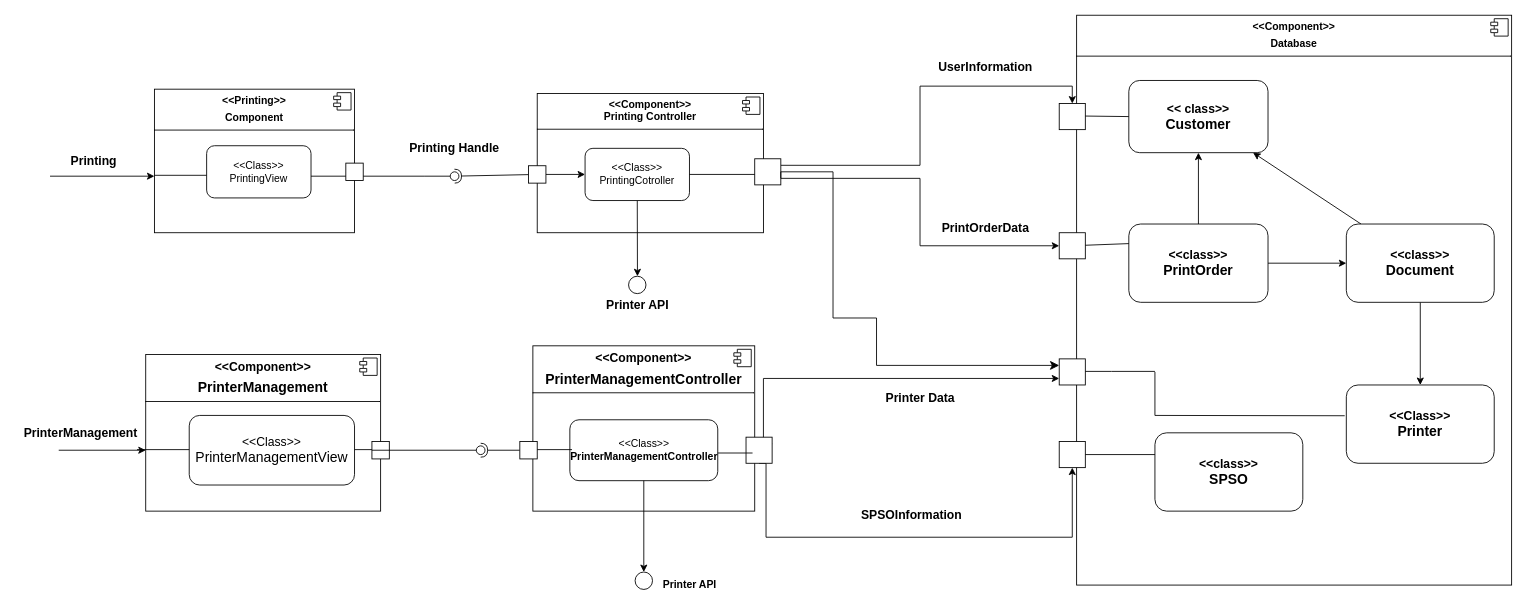
Above: Untitled Diagram.drawio in QuangTrungK22/MCU_LAB3 (draw.io), before the change. Source tidied: cells renumbered, new cells numbered last; positions are measured from the earlier drawing's top-left corner, leaving out a move shared by most shapes. Both pictures are drawn from the tidied source at 87%, with x=0, y=0 at pixel (15, 15).
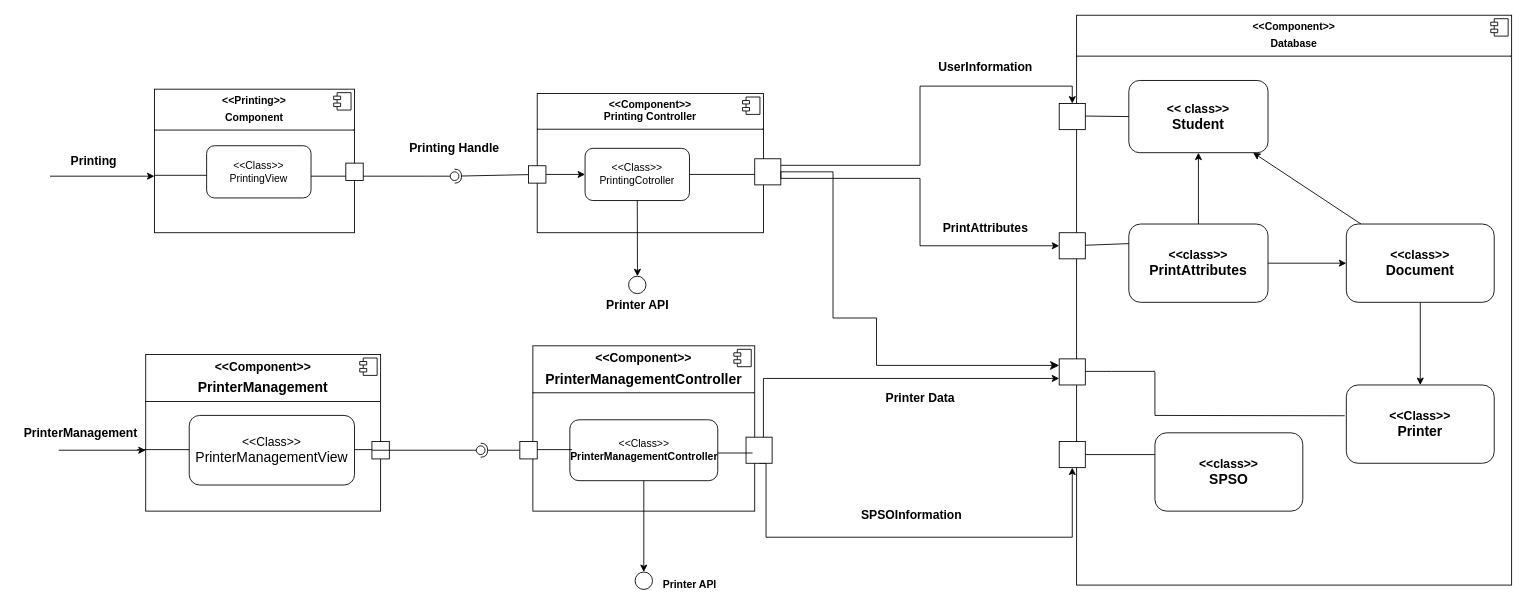
After the change.

The edit, as a diff of the source:
```diff
@@
-    <mxCell id="26" value="&lt;font style=&quot;font-size: 14px;&quot;&gt;&lt;b&gt;&amp;lt;&amp;lt; class&amp;gt;&amp;gt;&lt;/b&gt;&lt;/font&gt;&lt;div&gt;&lt;font size=&quot;3&quot;&gt;&lt;b&gt;Customer&lt;/b&gt;&lt;/font&gt;&lt;/div&gt;" style="rounded=1;whiteSpace=wrap;html=1;" parent="1" vertex="1">
+    <mxCell id="26" value="&lt;font style=&quot;font-size: 14px;&quot;&gt;&lt;b&gt;&amp;lt;&amp;lt; class&amp;gt;&amp;gt;&lt;/b&gt;&lt;/font&gt;&lt;div&gt;&lt;font size=&quot;3&quot;&gt;&lt;b&gt;Student&lt;/b&gt;&lt;/font&gt;&lt;/div&gt;" style="rounded=1;whiteSpace=wrap;html=1;" parent="1" vertex="1">
       <mxGeometry x="1280" y="75" width="160" height="83" as="geometry" />
     </mxCell>
@@
-    <mxCell id="29" value="&lt;font style=&quot;font-size: 14px;&quot;&gt;&lt;b&gt;&amp;lt;&amp;lt;class&amp;gt;&amp;gt;&lt;/b&gt;&lt;/font&gt;&lt;div&gt;&lt;font size=&quot;3&quot;&gt;&lt;b&gt;PrintOrder&lt;/b&gt;&lt;/font&gt;&lt;/div&gt;" style="rounded=1;whiteSpace=wrap;html=1;" parent="1" vertex="1">
+    <mxCell id="29" value="&lt;font style=&quot;font-size: 14px;&quot;&gt;&lt;b&gt;&amp;lt;&amp;lt;class&amp;gt;&amp;gt;&lt;/b&gt;&lt;/font&gt;&lt;div&gt;&lt;font size=&quot;3&quot;&gt;&lt;b&gt;PrintAttributes&lt;/b&gt;&lt;/font&gt;&lt;/div&gt;" style="rounded=1;whiteSpace=wrap;html=1;" parent="1" vertex="1">
       <mxGeometry x="1280" y="240" width="160" height="90" as="geometry" />
     </mxCell>
@@
-    <mxCell id="71" value="&lt;font style=&quot;font-size: 14px;&quot;&gt;&lt;b&gt;PrintOrderData&lt;/b&gt;&lt;/font&gt;" style="text;html=1;align=center;verticalAlign=middle;strokeColor=none;fillColor=none;" parent="1" vertex="1">
+    <mxCell id="71" value="&lt;span style=&quot;font-size: 14px;&quot;&gt;&lt;b&gt;PrintAttributes&lt;/b&gt;&lt;/span&gt;" style="text;html=1;align=center;verticalAlign=middle;strokeColor=none;fillColor=none;" parent="1" vertex="1">
       <mxGeometry x="1055" y="230" width="120" height="30" as="geometry" />
     </mxCell>
```
